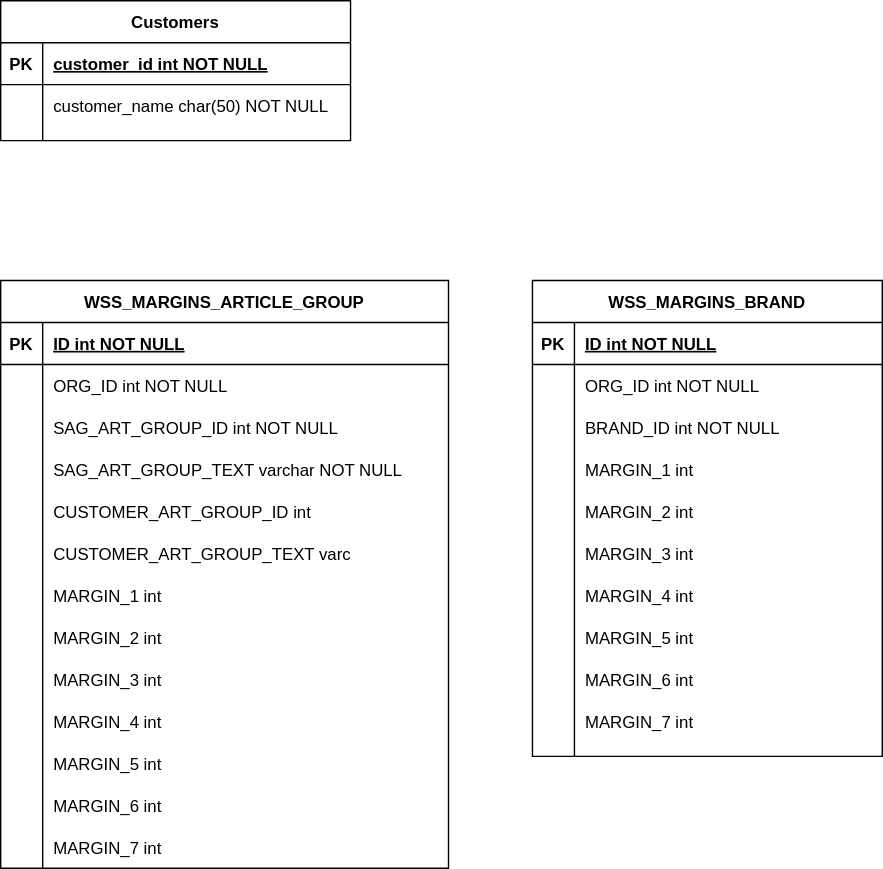
This is Untitled Diagram.svg from hiendn1992/Algo, a draw.io export, as it was before one commit. Source tidied: cells renumbered, new cells last; positions are measured from the earlier drawing's top-left corner, leaving out a move shared by most shapes.
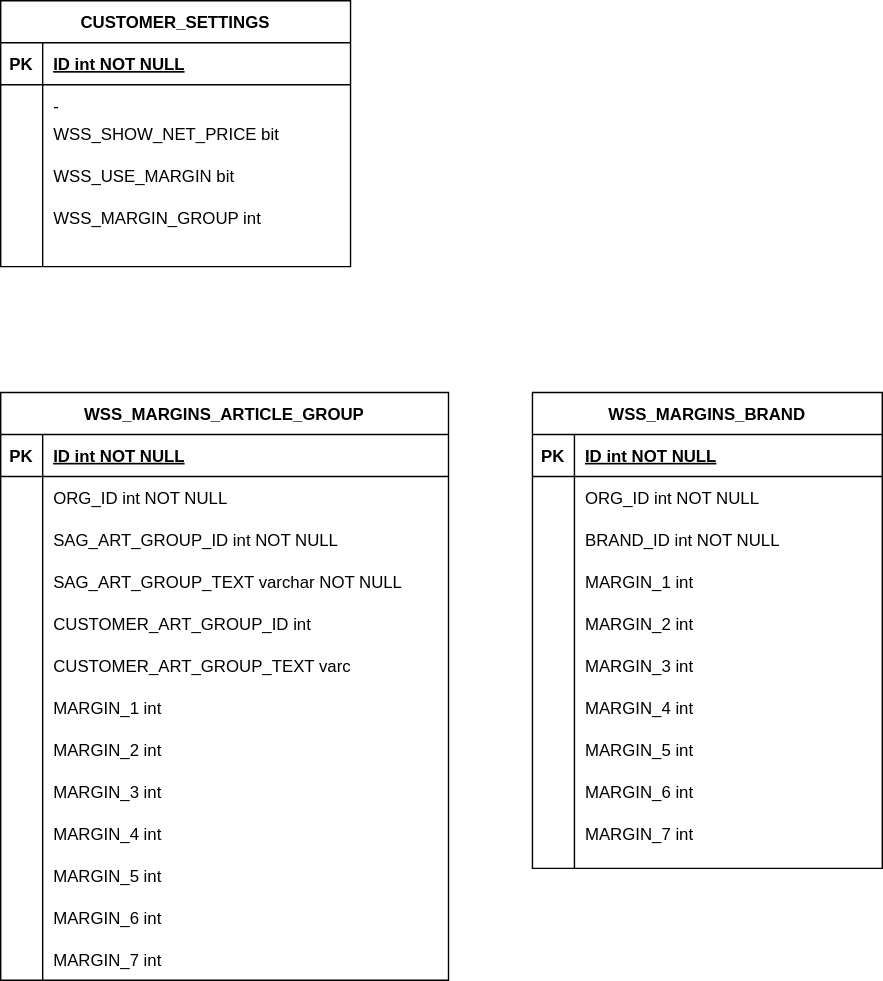
The same diagram one commit later.

What changed in the source:
```diff
@@ -62,8 +62,8 @@
     <mxCell id="21" value="SAG_ART_GROUP_ID int NOT NULL" style="shape=partialRectangle;overflow=hidden;fillColor=none;top=0;left=0;bottom=0;right=0;align=left;spacingLeft=6;" parent="19" vertex="1">
       <mxGeometry x="30" width="290" height="30" as="geometry" />
     </mxCell>
-    <mxCell id="22" value="Customers" style="shape=table;startSize=30;rowLines=0;fontStyle=1;align=center;" parent="1" vertex="1">
-      <mxGeometry width="250" height="100" as="geometry" />
+    <mxCell id="22" value="CUSTOMER_SETTINGS" style="shape=table;startSize=30;rowLines=0;fontStyle=1;align=center;" parent="1" vertex="1">
+      <mxGeometry y="-80" width="250" height="190" as="geometry" />
     </mxCell>
     <mxCell id="23" style="shape=partialRectangle;fillColor=none;top=0;left=0;right=0;bottom=1;" parent="22" vertex="1">
       <mxGeometry y="30" width="250" height="30" as="geometry" />
@@ -71,7 +71,7 @@
     <mxCell id="24" value="PK" style="shape=partialRectangle;overflow=hidden;fillColor=none;top=0;left=0;bottom=0;right=0;fontStyle=1;" parent="23" vertex="1">
       <mxGeometry width="30" height="30" as="geometry" />
     </mxCell>
-    <mxCell id="25" value="customer_id int NOT NULL " style="shape=partialRectangle;overflow=hidden;fillColor=none;top=0;left=0;bottom=0;right=0;align=left;spacingLeft=6;fontStyle=5;" parent="23" vertex="1">
+    <mxCell id="25" value="ID int NOT NULL " style="shape=partialRectangle;overflow=hidden;fillColor=none;top=0;left=0;bottom=0;right=0;align=left;spacingLeft=6;fontStyle=5;" parent="23" vertex="1">
       <mxGeometry x="30" width="220" height="30" as="geometry" />
     </mxCell>
     <mxCell id="26" style="shape=partialRectangle;fillColor=none;top=0;left=0;right=0;bottom=0;" parent="22" vertex="1">
@@ -80,7 +80,7 @@
     <mxCell id="27" style="shape=partialRectangle;overflow=hidden;fillColor=none;top=0;left=0;bottom=0;right=0;" parent="26" vertex="1">
       <mxGeometry width="30" height="30" as="geometry" />
     </mxCell>
-    <mxCell id="28" value="customer_name char(50) NOT NULL" style="shape=partialRectangle;overflow=hidden;fillColor=none;top=0;left=0;bottom=0;right=0;align=left;spacingLeft=6;" parent="26" vertex="1">
+    <mxCell id="28" value="-" style="shape=partialRectangle;overflow=hidden;fillColor=none;top=0;left=0;bottom=0;right=0;align=left;spacingLeft=6;" parent="26" vertex="1">
       <mxGeometry x="30" width="220" height="30" as="geometry" />
     </mxCell>
     <mxCell id="29" value="SAG_ART_GROUP_TEXT varchar NOT NULL" style="shape=partialRectangle;overflow=hidden;fillColor=none;top=0;left=0;bottom=0;right=0;align=left;spacingLeft=6;" parent="1" vertex="1">
@@ -134,5 +134,14 @@
     <mxCell id="45" value="MARGIN_7 int" style="shape=partialRectangle;overflow=hidden;fillColor=none;top=0;left=0;bottom=0;right=0;align=left;spacingLeft=6;" parent="1" vertex="1">
       <mxGeometry x="410" y="500" width="220" height="30" as="geometry" />
     </mxCell>
+    <mxCell id="46" value="WSS_SHOW_NET_PRICE bit" style="shape=partialRectangle;overflow=hidden;fillColor=none;top=0;left=0;bottom=0;right=0;align=left;spacingLeft=6;" parent="1" vertex="1">
+      <mxGeometry x="30" width="220" height="30" as="geometry" />
+    </mxCell>
+    <mxCell id="47" value="WSS_USE_MARGIN bit" style="shape=partialRectangle;overflow=hidden;fillColor=none;top=0;left=0;bottom=0;right=0;align=left;spacingLeft=6;" parent="1" vertex="1">
+      <mxGeometry x="30" y="30" width="220" height="30" as="geometry" />
+    </mxCell>
+    <mxCell id="48" value="WSS_MARGIN_GROUP int" style="shape=partialRectangle;overflow=hidden;fillColor=none;top=0;left=0;bottom=0;right=0;align=left;spacingLeft=6;" parent="1" vertex="1">
+      <mxGeometry x="30" y="60" width="220" height="30" as="geometry" />
+    </mxCell>
   </root>
 </mxGraphModel>
```
